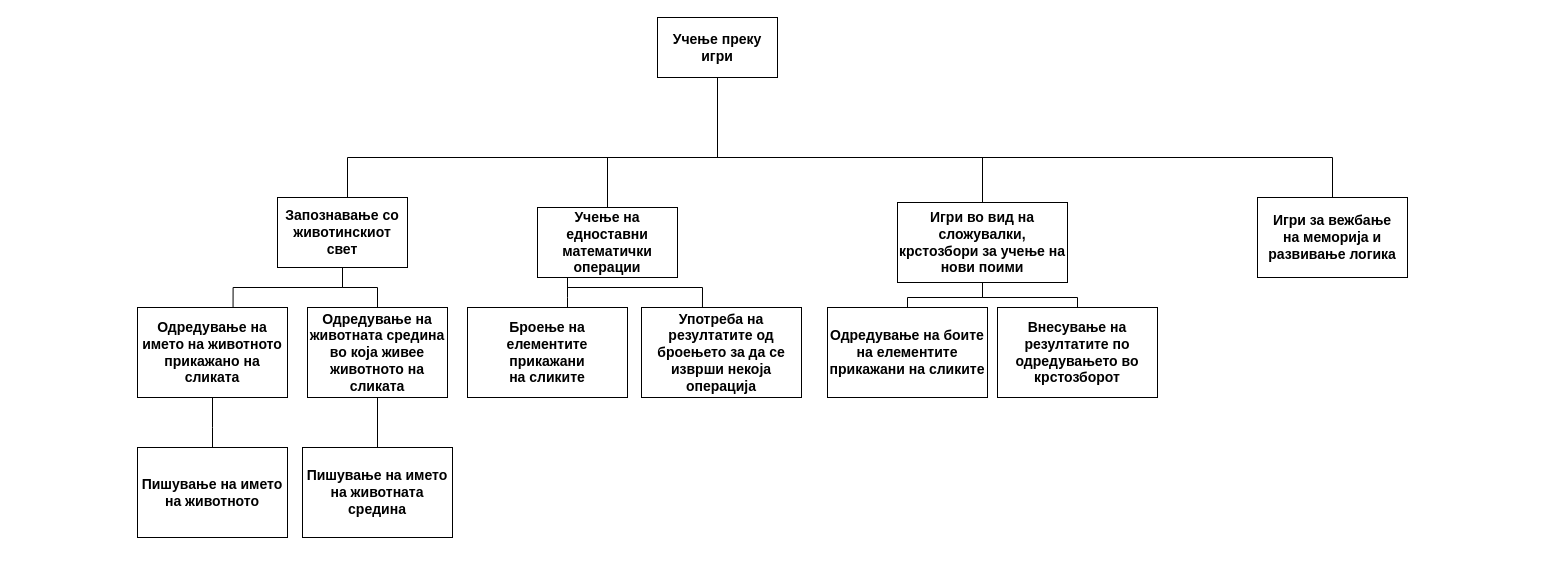
Before: Untitled Diagram.drawio in stefanikostic/repo, a draw.io diagram. Source tidied: cells renumbered, new cells numbered last; positions are measured from the earlier drawing's top-left corner, leaving out a move shared by most shapes. Both pictures are drawn from the tidied source at 100%, with x=0, y=0 at pixel (137, 17).
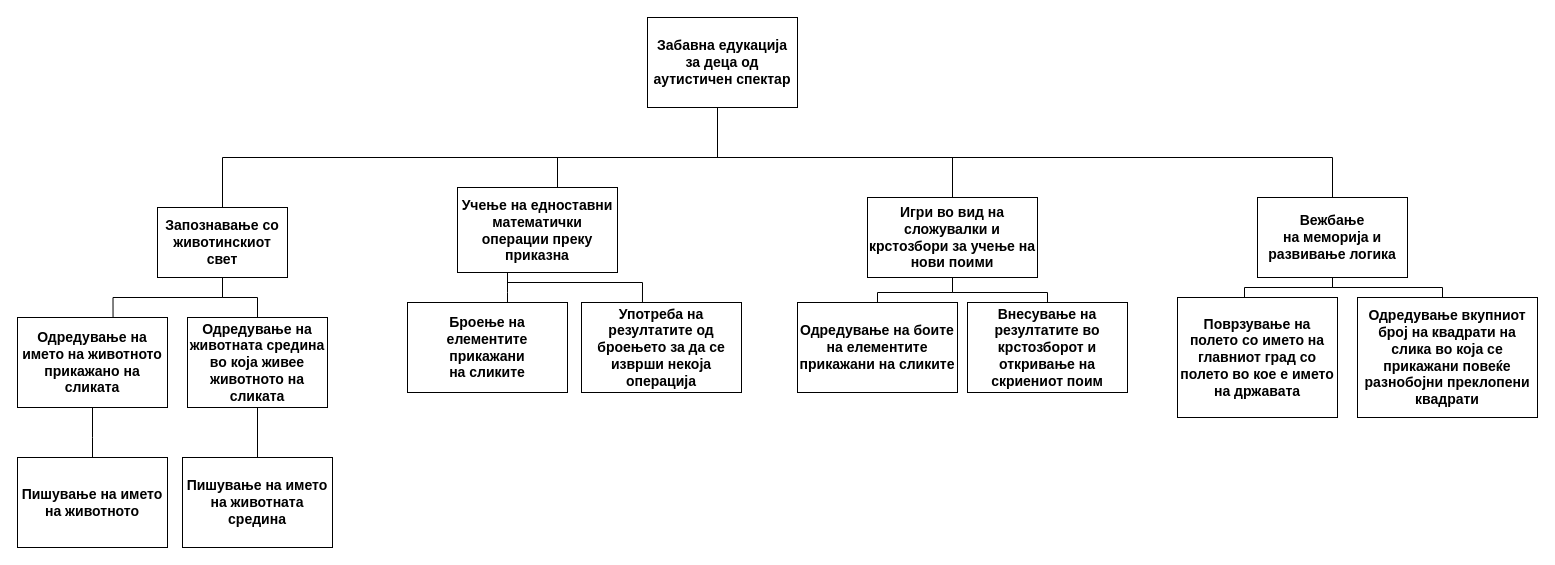
The same diagram, later.

Diff of the diagram source:
```diff
@@
     <mxCell id="2" style="edgeStyle=orthogonalEdgeStyle;rounded=0;jettySize=auto;html=1;entryX=0.5;entryY=0;entryDx=0;entryDy=0;endArrow=none;endFill=0;" parent="1" edge="1" source="6" target="9">
       <mxGeometry relative="1" as="geometry">
         <Array as="points">
           <mxPoint x="580" y="140" />
-          <mxPoint x="210" y="140" />
-          <mxPoint x="210" y="180" />
+          <mxPoint x="85" y="140" />
         </Array>
       </mxGeometry>
     </mxCell>
     <mxCell id="3" style="edgeStyle=orthogonalEdgeStyle;rounded=0;jettySize=auto;html=1;endArrow=none;endFill=0;" parent="1" edge="1" source="6" target="12">
       <mxGeometry relative="1" as="geometry">
         <Array as="points">
           <mxPoint x="580" y="140" />
-          <mxPoint x="470" y="140" />
+          <mxPoint x="420" y="140" />
         </Array>
       </mxGeometry>
     </mxCell>
     <mxCell id="4" style="edgeStyle=orthogonalEdgeStyle;rounded=0;jettySize=auto;html=1;entryX=0.5;entryY=0;entryDx=0;entryDy=0;endArrow=none;endFill=0;" parent="1" edge="1" source="6" target="15">
       <mxGeometry relative="1" as="geometry">
         <Array as="points">
           <mxPoint x="580" y="140" />
-          <mxPoint x="845" y="140" />
+          <mxPoint x="815" y="140" />
         </Array>
       </mxGeometry>
     </mxCell>
@@
-    <mxCell id="6" value="&lt;b&gt;&lt;font style=&quot;font-size: 14px&quot;&gt;Учење преку игри&lt;/font&gt;&lt;/b&gt;" style="rounded=0;whiteSpace=wrap;html=1;" parent="1" vertex="1">
-      <mxGeometry x="520" width="120" height="60" as="geometry" />
+    <mxCell id="6" value="&lt;span style=&quot;font-size: 14px&quot;&gt;&lt;b&gt;Забавна едукација за деца од аутистичен спектар&lt;/b&gt;&lt;/span&gt;" style="rounded=0;whiteSpace=wrap;html=1;" parent="1" vertex="1">
+      <mxGeometry x="510" width="150" height="90" as="geometry" />
     </mxCell>
@@
     <mxCell id="9" value="&lt;b&gt;&lt;font style=&quot;font-size: 14px&quot;&gt;Запознавање со животинскиот свет&lt;/font&gt;&lt;/b&gt;" style="rounded=0;whiteSpace=wrap;html=1;" parent="1" vertex="1">
-      <mxGeometry x="140" y="180" width="130" height="70" as="geometry" />
+      <mxGeometry x="20" y="190" width="130" height="70" as="geometry" />
     </mxCell>
     <mxCell id="10" style="edgeStyle=orthogonalEdgeStyle;rounded=0;jettySize=auto;html=1;endArrow=none;endFill=0;" parent="1" edge="1" source="12" target="23">
       <mxGeometry relative="1" as="geometry">
         <Array as="points">
-          <mxPoint x="430" y="280" />
-          <mxPoint x="430" y="280" />
+          <mxPoint x="370" y="275" />
+          <mxPoint x="370" y="275" />
         </Array>
       </mxGeometry>
     </mxCell>
     <mxCell id="11" style="edgeStyle=orthogonalEdgeStyle;rounded=0;jettySize=auto;html=1;entryX=0.381;entryY=0.002;entryDx=0;entryDy=0;entryPerimeter=0;endArrow=none;endFill=0;" parent="1" edge="1" source="12" target="24">
       <mxGeometry relative="1" as="geometry">
         <Array as="points">
-          <mxPoint x="430" y="270" />
-          <mxPoint x="565" y="270" />
+          <mxPoint x="370" y="265" />
+          <mxPoint x="505" y="265" />
         </Array>
       </mxGeometry>
     </mxCell>
-    <mxCell id="12" value="&lt;b&gt;&lt;font style=&quot;font-size: 14px&quot;&gt;Учење на едноставни математички операции&lt;br&gt;&lt;/font&gt;&lt;/b&gt;" style="rounded=0;whiteSpace=wrap;html=1;" parent="1" vertex="1">
-      <mxGeometry x="400" y="190" width="140" height="70" as="geometry" />
+    <mxCell id="12" value="&lt;b&gt;&lt;font style=&quot;font-size: 14px&quot;&gt;Учење на едноставни математички операции преку приказна&lt;br&gt;&lt;/font&gt;&lt;/b&gt;" style="rounded=0;whiteSpace=wrap;html=1;" parent="1" vertex="1">
+      <mxGeometry x="320" y="170" width="160" height="85" as="geometry" />
     </mxCell>
     <mxCell id="13" style="edgeStyle=orthogonalEdgeStyle;rounded=0;jettySize=auto;html=1;endArrow=none;endFill=0;" parent="1" edge="1" source="15" target="25">
       <mxGeometry relative="1" as="geometry">
         <Array as="points">
-          <mxPoint x="845" y="280" />
-          <mxPoint x="770" y="280" />
+          <mxPoint x="815" y="275" />
+          <mxPoint x="740" y="275" />
         </Array>
       </mxGeometry>
     </mxCell>
     <mxCell id="14" style="edgeStyle=orthogonalEdgeStyle;rounded=0;jettySize=auto;html=1;endArrow=none;endFill=0;" parent="1" edge="1" source="15" target="26">
       <mxGeometry relative="1" as="geometry">
         <Array as="points">
-          <mxPoint x="845" y="280" />
-          <mxPoint x="940" y="280" />
+          <mxPoint x="815" y="275" />
+          <mxPoint x="910" y="275" />
         </Array>
       </mxGeometry>
     </mxCell>
-    <mxCell id="15" value="&lt;b&gt;&lt;font style=&quot;font-size: 14px&quot;&gt;Игри во вид на сложувалки, крстозбори за учење на нови поими&lt;br&gt;&lt;/font&gt;&lt;/b&gt;" style="rounded=0;whiteSpace=wrap;html=1;" parent="1" vertex="1">
-      <mxGeometry x="760" y="185" width="170" height="80" as="geometry" />
+    <mxCell id="15" value="&lt;b&gt;&lt;font style=&quot;font-size: 14px&quot;&gt;Игри во вид на сложувалки и крстозбори за учење на нови поими&lt;br&gt;&lt;/font&gt;&lt;/b&gt;" style="rounded=0;whiteSpace=wrap;html=1;" parent="1" vertex="1">
+      <mxGeometry x="730" y="180" width="170" height="80" as="geometry" />
     </mxCell>
+    <mxCell id="27" style="edgeStyle=orthogonalEdgeStyle;rounded=0;jettySize=auto;html=1;entryX=0.378;entryY=0.01;entryDx=0;entryDy=0;entryPerimeter=0;endArrow=none;endFill=0;" parent="1" edge="1" source="16" target="29">
+      <mxGeometry relative="1" as="geometry">
+        <Array as="points">
+          <mxPoint x="1195" y="270" />
+          <mxPoint x="1107" y="270" />
+        </Array>
+      </mxGeometry>
+    </mxCell>
+    <mxCell id="28" style="edgeStyle=orthogonalEdgeStyle;rounded=0;jettySize=auto;html=1;entryX=0.5;entryY=0;entryDx=0;entryDy=0;endArrow=none;endFill=0;" parent="1" edge="1" source="16" target="30">
+      <mxGeometry relative="1" as="geometry">
+        <Array as="points">
+          <mxPoint x="1195" y="270" />
+          <mxPoint x="1305" y="270" />
+        </Array>
+      </mxGeometry>
+    </mxCell>
-    <mxCell id="16" value="&lt;font size=&quot;1&quot;&gt;&lt;b style=&quot;font-size: 14px&quot;&gt;Игри за вежбање на&amp;nbsp;меморија и развивање логика&lt;/b&gt;&lt;/font&gt;" style="rounded=0;whiteSpace=wrap;html=1;" parent="1" vertex="1">
+    <mxCell id="16" value="&lt;font size=&quot;1&quot;&gt;&lt;b style=&quot;font-size: 14px&quot;&gt;Вежбање на&amp;nbsp;меморија и развивање логика&lt;/b&gt;&lt;/font&gt;" style="rounded=0;whiteSpace=wrap;html=1;" parent="1" vertex="1">
       <mxGeometry x="1120" y="180" width="150" height="80" as="geometry" />
     </mxCell>
@@
     <mxCell id="18" value="&lt;b&gt;&lt;font style=&quot;font-size: 14px&quot;&gt;Одредување на животната средина во која живее животното на сликата&lt;/font&gt;&lt;/b&gt;" style="rounded=0;whiteSpace=wrap;html=1;" parent="1" vertex="1">
-      <mxGeometry x="170" y="290" width="140" height="90" as="geometry" />
+      <mxGeometry x="50" y="300" width="140" height="90" as="geometry" />
     </mxCell>
     <mxCell id="19" style="edgeStyle=orthogonalEdgeStyle;rounded=0;jettySize=auto;html=1;endArrow=none;endFill=0;" parent="1" edge="1" source="20">
       <mxGeometry relative="1" as="geometry">
-        <mxPoint x="75" y="440" as="targetPoint" />
+        <mxPoint x="-45" y="450" as="targetPoint" />
       </mxGeometry>
     </mxCell>
     <mxCell id="20" value="&lt;b&gt;&lt;font style=&quot;font-size: 14px&quot;&gt;Одредување на името на животното прикажано на сликата&lt;/font&gt;&lt;/b&gt;" style="rounded=0;whiteSpace=wrap;html=1;" parent="1" vertex="1">
-      <mxGeometry y="290" width="150" height="90" as="geometry" />
+      <mxGeometry x="-120" y="300" width="150" height="90" as="geometry" />
     </mxCell>
     <mxCell id="21" value="&lt;span style=&quot;font-size: 14px&quot;&gt;&lt;b&gt;Пишување на името на животното&lt;/b&gt;&lt;/span&gt;" style="rounded=0;whiteSpace=wrap;html=1;" parent="1" vertex="1">
-      <mxGeometry y="430" width="150" height="90" as="geometry" />
+      <mxGeometry x="-120" y="440" width="150" height="90" as="geometry" />
     </mxCell>
     <mxCell id="22" value="&lt;b&gt;&lt;font style=&quot;font-size: 14px&quot;&gt;Пишување на името на животната средина&lt;/font&gt;&lt;/b&gt;" style="rounded=0;whiteSpace=wrap;html=1;" parent="1" vertex="1">
-      <mxGeometry x="165" y="430" width="150" height="90" as="geometry" />
+      <mxGeometry x="45" y="440" width="150" height="90" as="geometry" />
     </mxCell>
     <mxCell id="23" value="&lt;b&gt;&lt;font style=&quot;font-size: 14px&quot;&gt;Броење на елементите прикажани &lt;br&gt;на сликите&lt;br&gt;&lt;/font&gt;&lt;/b&gt;" style="rounded=0;whiteSpace=wrap;html=1;" parent="1" vertex="1">
-      <mxGeometry x="330" y="290" width="160" height="90" as="geometry" />
+      <mxGeometry x="270" y="285" width="160" height="90" as="geometry" />
     </mxCell>
     <mxCell id="24" value="&lt;b&gt;&lt;font style=&quot;font-size: 14px&quot;&gt;Употреба на резултатите од броењето за да се изврши некоја операција&lt;br&gt;&lt;/font&gt;&lt;/b&gt;" style="rounded=0;whiteSpace=wrap;html=1;" parent="1" vertex="1">
-      <mxGeometry x="504" y="290" width="160" height="90" as="geometry" />
+      <mxGeometry x="444" y="285" width="160" height="90" as="geometry" />
     </mxCell>
     <mxCell id="25" value="&lt;b&gt;&lt;font style=&quot;font-size: 14px&quot;&gt;Одредување на боите на елементите прикажани на сликите&lt;br&gt;&lt;/font&gt;&lt;/b&gt;" style="rounded=0;whiteSpace=wrap;html=1;" parent="1" vertex="1">
-      <mxGeometry x="690" y="290" width="160" height="90" as="geometry" />
+      <mxGeometry x="660" y="285" width="160" height="90" as="geometry" />
     </mxCell>
-    <mxCell id="26" value="&lt;b&gt;&lt;font style=&quot;font-size: 14px&quot;&gt;Внесување на резултатите по одредувањето во крстозборот&lt;br&gt;&lt;/font&gt;&lt;/b&gt;" style="rounded=0;whiteSpace=wrap;html=1;" parent="1" vertex="1">
-      <mxGeometry x="860" y="290" width="160" height="90" as="geometry" />
+    <mxCell id="26" value="&lt;b&gt;&lt;font style=&quot;font-size: 14px&quot;&gt;Внесување на резултатите во крстозборот и откривање на скриениот поим&lt;br&gt;&lt;/font&gt;&lt;/b&gt;" style="rounded=0;whiteSpace=wrap;html=1;" parent="1" vertex="1">
+      <mxGeometry x="830" y="285" width="160" height="90" as="geometry" />
     </mxCell>
+    <mxCell id="29" value="&lt;span style=&quot;font-size: 14px&quot;&gt;&lt;b&gt;Поврзување на полето со името на главниот град со полето во кое е името на државата&lt;/b&gt;&lt;/span&gt;" style="rounded=0;whiteSpace=wrap;html=1;" parent="1" vertex="1">
+      <mxGeometry x="1040" y="280" width="160" height="120" as="geometry" />
+    </mxCell>
+    <mxCell id="30" value="&lt;span style=&quot;font-size: 14px&quot;&gt;&lt;b&gt;Одредување вкупниот број на квадрати на слика во која се прикажани повеќе разнобојни преклопени квадрати&lt;/b&gt;&lt;/span&gt;" style="rounded=0;whiteSpace=wrap;html=1;" parent="1" vertex="1">
+      <mxGeometry x="1220" y="280" width="180" height="120" as="geometry" />
+    </mxCell>
```
